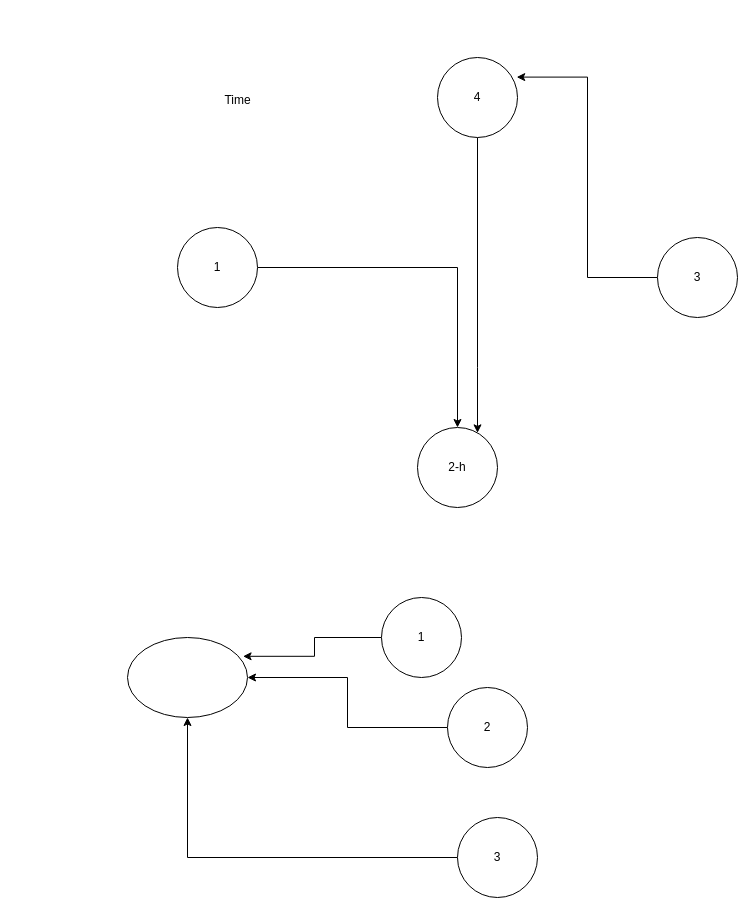
This is Untitled Diagram.drawio from Faizack/Clone, a draw.io file, before an edit. Source tidied: cells renumbered, new cells numbered last; positions are measured from the earlier drawing's top-left corner, leaving out a move shared by most shapes. Both pictures are drawn from the tidied source at 100%, with x=0, y=0 at pixel (127, 57).
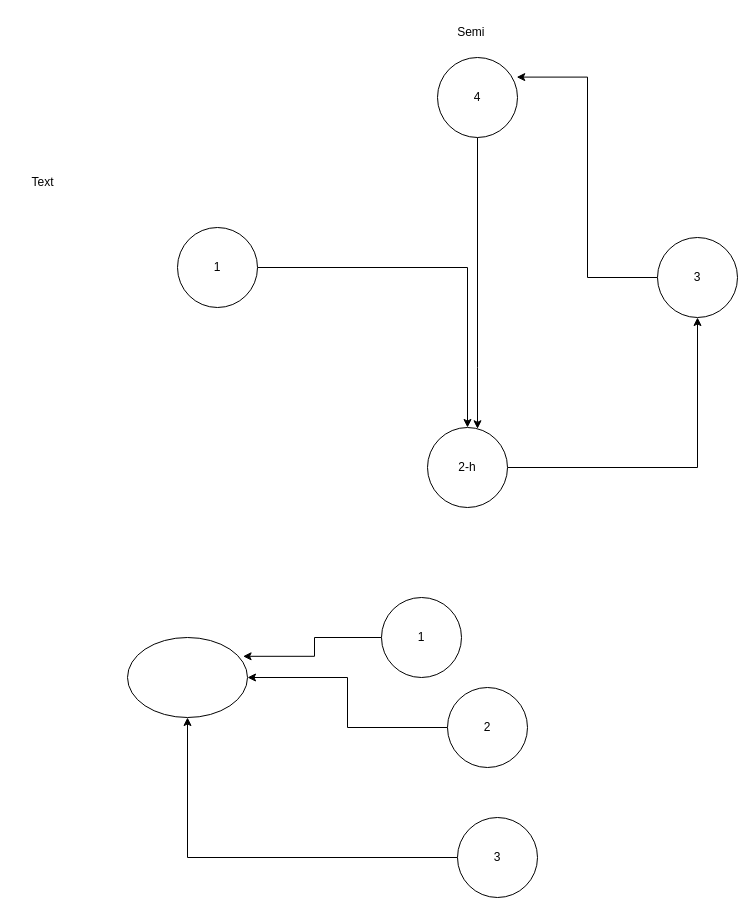
Above is the later version.

Unchanged cells that the change refers to:
```xml
<mxCell id="13" value="3" style="ellipse;whiteSpace=wrap;html=1;" parent="1" vertex="1">
  <mxGeometry x="530" y="180" width="80" height="80" as="geometry" />
</mxCell>
```

Diff of the diagram source:
```diff
@@
+    <mxCell id="17" style="edgeStyle=orthogonalEdgeStyle;rounded=0;jettySize=auto;html=1;entryX=0.5;entryY=1;entryDx=0;entryDy=0;" parent="1" edge="1" source="11" target="13">
+      <mxGeometry relative="1" as="geometry" />
+    </mxCell>
     <mxCell id="11" value="2-h" style="ellipse;whiteSpace=wrap;html=1;" parent="1" vertex="1">
-      <mxGeometry x="290" y="370" width="80" height="80" as="geometry" />
+      <mxGeometry x="300" y="370" width="80" height="80" as="geometry" />
     </mxCell>
@@
-    <mxCell id="16" value="Time" style="text;html=1;align=center;verticalAlign=middle;strokeColor=none;fillColor=none;" parent="1" vertex="1">
-      <mxGeometry x="85" y="28" width="50" height="30" as="geometry" />
-    </mxCell>
+    <mxCell id="18" value="Text" style="text;html=1;align=center;verticalAlign=middle;strokeColor=none;fillColor=none;" parent="1" vertex="1">
+      <mxGeometry x="-110" y="110" width="50" height="30" as="geometry" />
+    </mxCell>
+    <mxCell id="19" value="Semi&amp;nbsp;" style="text;html=1;align=center;verticalAlign=middle;strokeColor=none;fillColor=none;" parent="1" vertex="1">
+      <mxGeometry x="320" y="-40" width="50" height="30" as="geometry" />
+    </mxCell>
```
